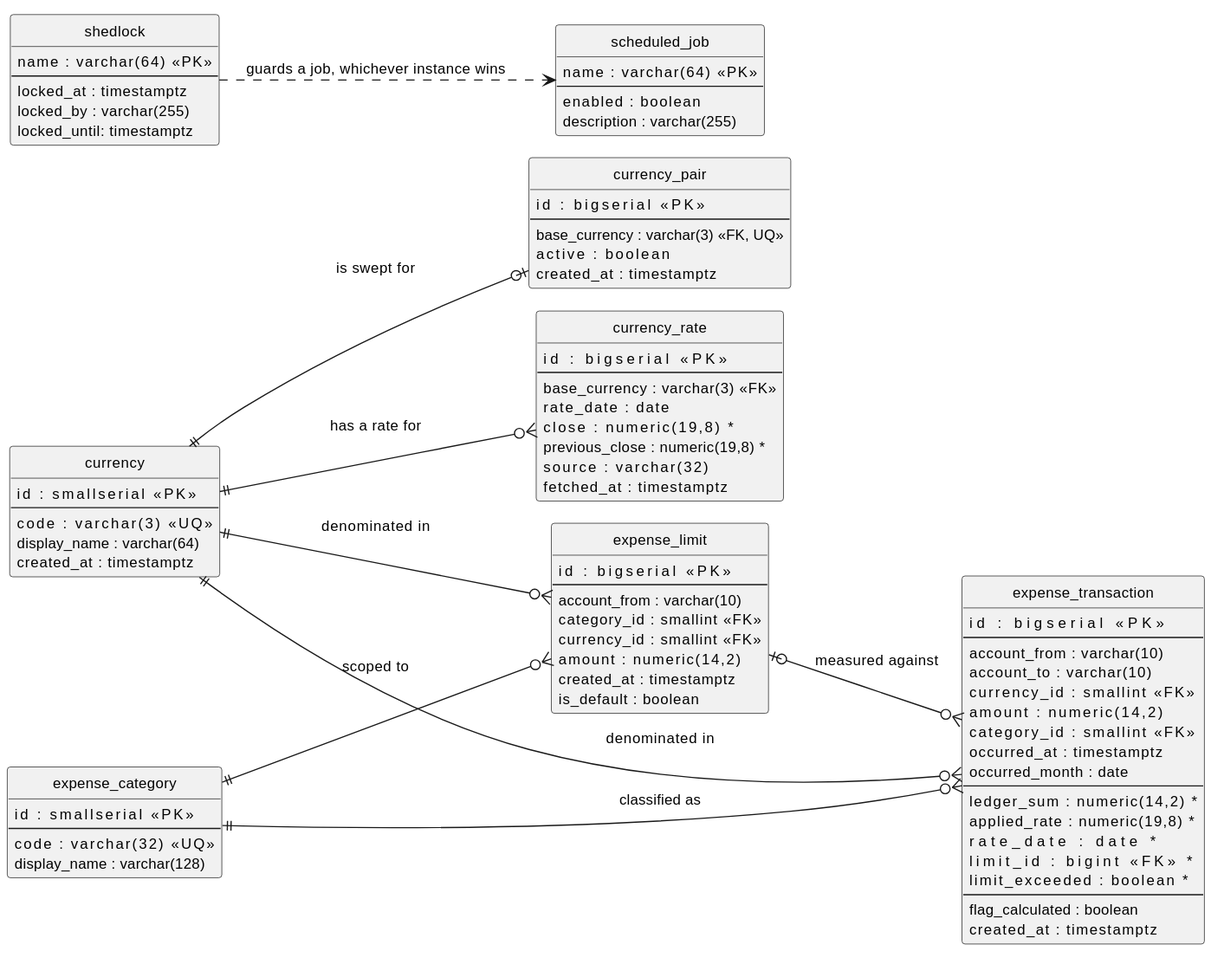
Before: docs/db-model.svg, a diagram exported from PlantUML (KillRmnv/financial-transactions). Its diagram source:
```plantuml
@startuml
hide circle
skinparam defaultFontSize 12
skinparam nodesep 70
skinparam ranksep 110
left to right direction

entity "currency" as currency {
  id           : smallserial   <<PK>>
  --
  code         : varchar(3)    <<UQ>>
  display_name : varchar(64)
  created_at   : timestamptz
}

entity "expense_category" as expense_category {
  id           : smallserial   <<PK>>
  --
  code         : varchar(32)   <<UQ>>
  display_name : varchar(128)
}

entity "currency_pair" as currency_pair {
  id            : bigserial   <<PK>>
  --
  base_currency : varchar(3)  <<FK, UQ>>
  active        : boolean
  created_at    : timestamptz
}

entity "currency_rate" as currency_rate {
  id             : bigserial      <<PK>>
  --
  base_currency  : varchar(3)     <<FK>>
  rate_date      : date
  close          : numeric(19,8)  *
  previous_close : numeric(19,8)  *
  source         : varchar(32)
  fetched_at     : timestamptz
}

entity "expense_limit" as expense_limit {
  id           : bigserial     <<PK>>
  --
  account_from : varchar(10)
  category_id  : smallint      <<FK>>
  currency_id  : smallint      <<FK>>
  amount       : numeric(14,2)
  created_at   : timestamptz
  is_default   : boolean
}

entity "expense_transaction" as expense_transaction {
  id              : bigserial        <<PK>>
  --
  account_from    : varchar(10)
  account_to      : varchar(10)
  currency_id     : smallint         <<FK>>
  amount          : numeric(14,2)
  category_id     : smallint         <<FK>>
  occurred_at     : timestamptz
  occurred_month  : date
  --
  ledger_sum      : numeric(14,2)    *
  applied_rate    : numeric(19,8)    *
  rate_date       : date             *
  limit_id        : bigint           <<FK>>    *
  limit_exceeded  : boolean          *
  --
  flag_calculated : boolean
  created_at      : timestamptz
}

entity "scheduled_job" as scheduled_job {
  name        : varchar(64)  <<PK>>
  --
  enabled     : boolean
  description : varchar(255)
}

entity "shedlock" as shedlock {
  name        : varchar(64)  <<PK>>
  --
  locked_at   : timestamptz
  locked_by   : varchar(255)
  locked_until: timestamptz
}

currency ||--o| currency_pair       : "is swept for"
currency ||--o{ currency_rate       : "has a rate for"
currency ||--o{ expense_limit       : "denominated in"
currency ||--o{ expense_transaction : "denominated in"
expense_category ||--o{ expense_limit       : "scoped to"
expense_category ||--o{ expense_transaction : "classified as"
expense_limit |o--o{ expense_transaction : "measured against"

shedlock ..> scheduled_job : "guards a job, whichever instance wins"
@enduml
```
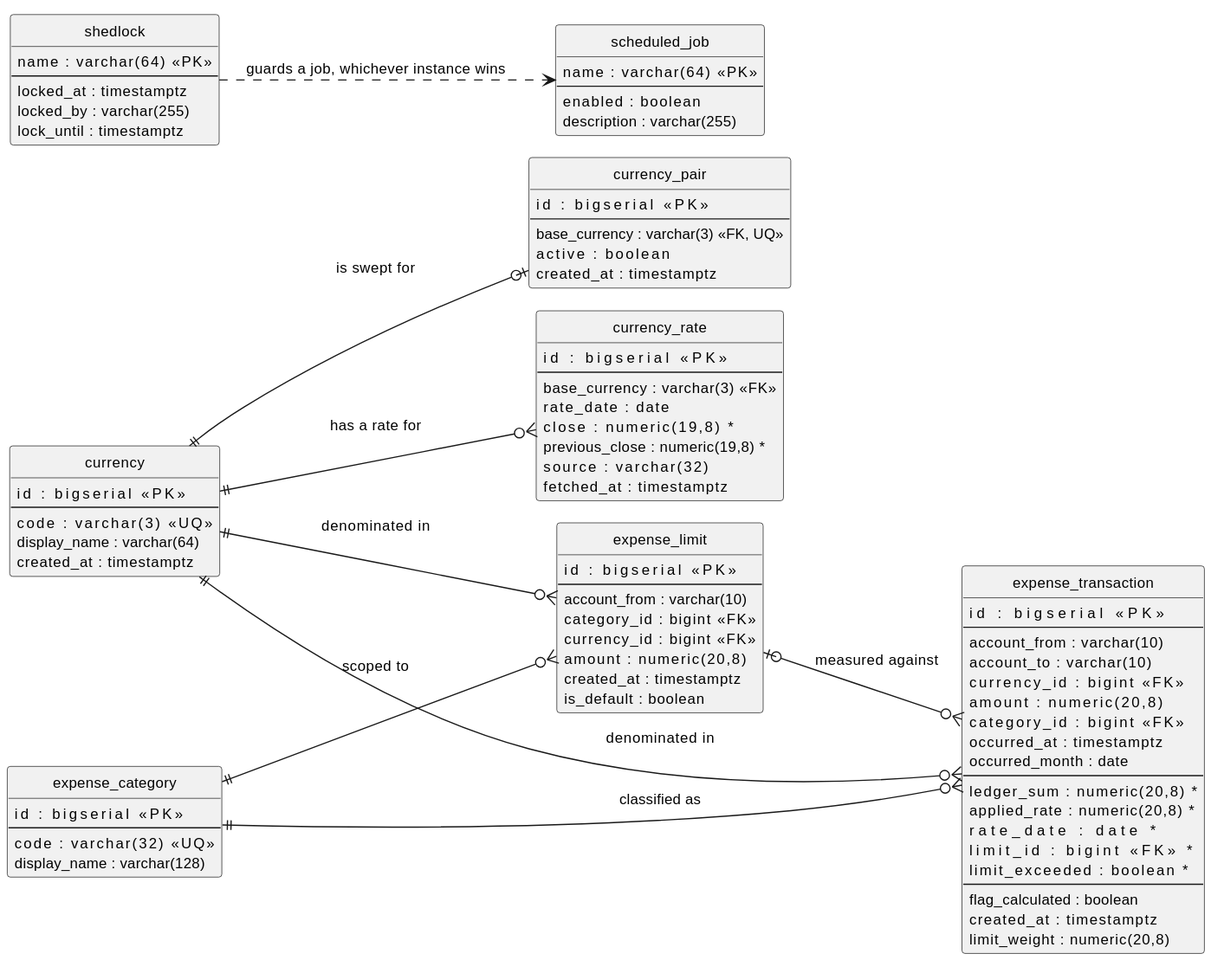
The same diagram one commit later.

Commit message:
docs: the model diagram is regenerated from the database, not redrawn

Diff of the diagram source:
```diff
@@ -6,7 +6,7 @@
 left to right direction
 
 entity "currency" as currency {
-  id           : smallserial   <<PK>>
+  id           : bigserial    <<PK>>
   --
   code         : varchar(3)    <<UQ>>
   display_name : varchar(64)
@@ -14,14 +14,14 @@
 }
 
 entity "expense_category" as expense_category {
-  id           : smallserial   <<PK>>
+  id           : bigserial    <<PK>>
   --
   code         : varchar(32)   <<UQ>>
   display_name : varchar(128)
 }
 
 entity "currency_pair" as currency_pair {
-  id            : bigserial   <<PK>>
+  id            : bigserial    <<PK>>
   --
   base_currency : varchar(3)  <<FK, UQ>>
   active        : boolean
@@ -43,9 +43,9 @@
   id           : bigserial     <<PK>>
   --
   account_from : varchar(10)
-  category_id  : smallint      <<FK>>
-  currency_id  : smallint      <<FK>>
-  amount       : numeric(14,2)
+  category_id  : bigint       <<FK>>
+  currency_id  : bigint       <<FK>>
+  amount       : numeric(20,8)
   created_at   : timestamptz
   is_default   : boolean
 }
@@ -55,20 +55,21 @@
   --
   account_from    : varchar(10)
   account_to      : varchar(10)
-  currency_id     : smallint         <<FK>>
-  amount          : numeric(14,2)
-  category_id     : smallint         <<FK>>
+  currency_id     : bigint          <<FK>>
+  amount          : numeric(20,8)
+  category_id     : bigint          <<FK>>
   occurred_at     : timestamptz
   occurred_month  : date
   --
-  ledger_sum      : numeric(14,2)    *
-  applied_rate    : numeric(19,8)    *
+  ledger_sum      : numeric(20,8)    *
+  applied_rate    : numeric(20,8)    *
   rate_date       : date             *
   limit_id        : bigint           <<FK>>    *
   limit_exceeded  : boolean          *
   --
   flag_calculated : boolean
   created_at      : timestamptz
+  limit_weight    : numeric(20,8)
 }
 
 entity "scheduled_job" as scheduled_job {
@@ -83,7 +84,7 @@
   --
   locked_at   : timestamptz
   locked_by   : varchar(255)
-  locked_until: timestamptz
+  lock_until  : timestamptz
 }
 
 currency ||--o| currency_pair       : "is swept for"
```
